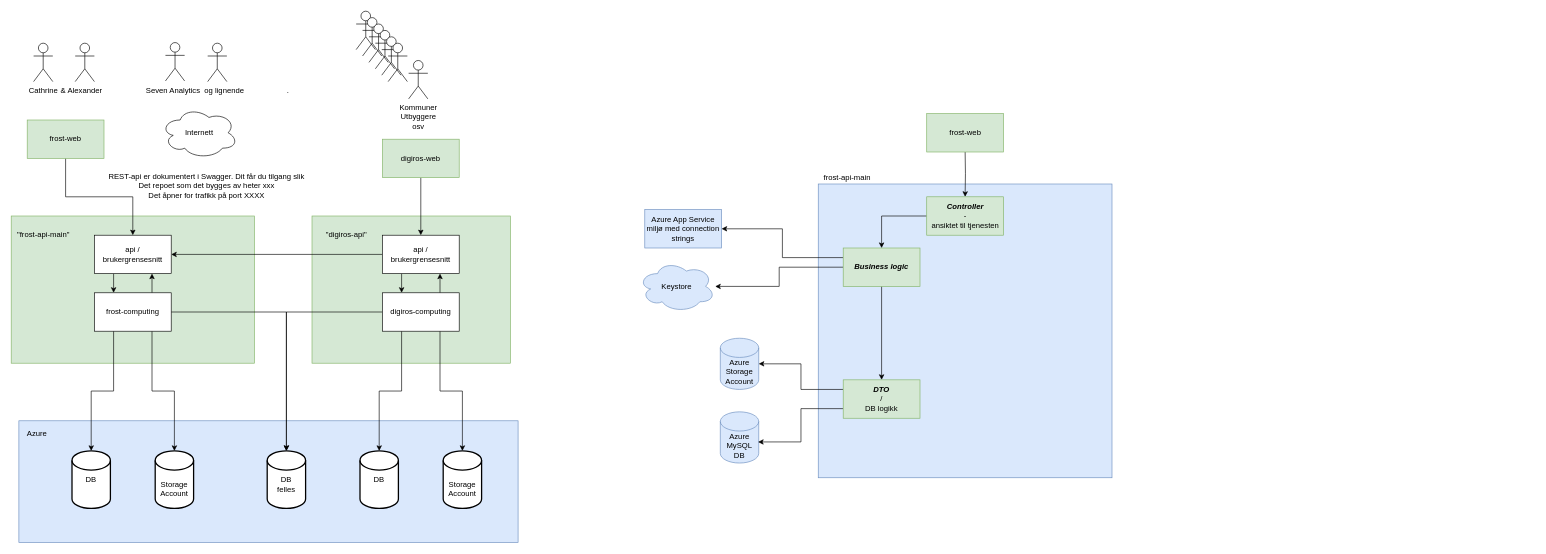
This is Untitled Diagram.drawio from bendik-svalastog/bendik-svalastog, a draw.io file, before an edit. Source tidied: cells renumbered, new cells numbered last; positions are measured from the earlier drawing's top-left corner, leaving out a move shared by most shapes. Both pictures are drawn from the tidied source at 64%, with x=0, y=0 at pixel (11, 11).
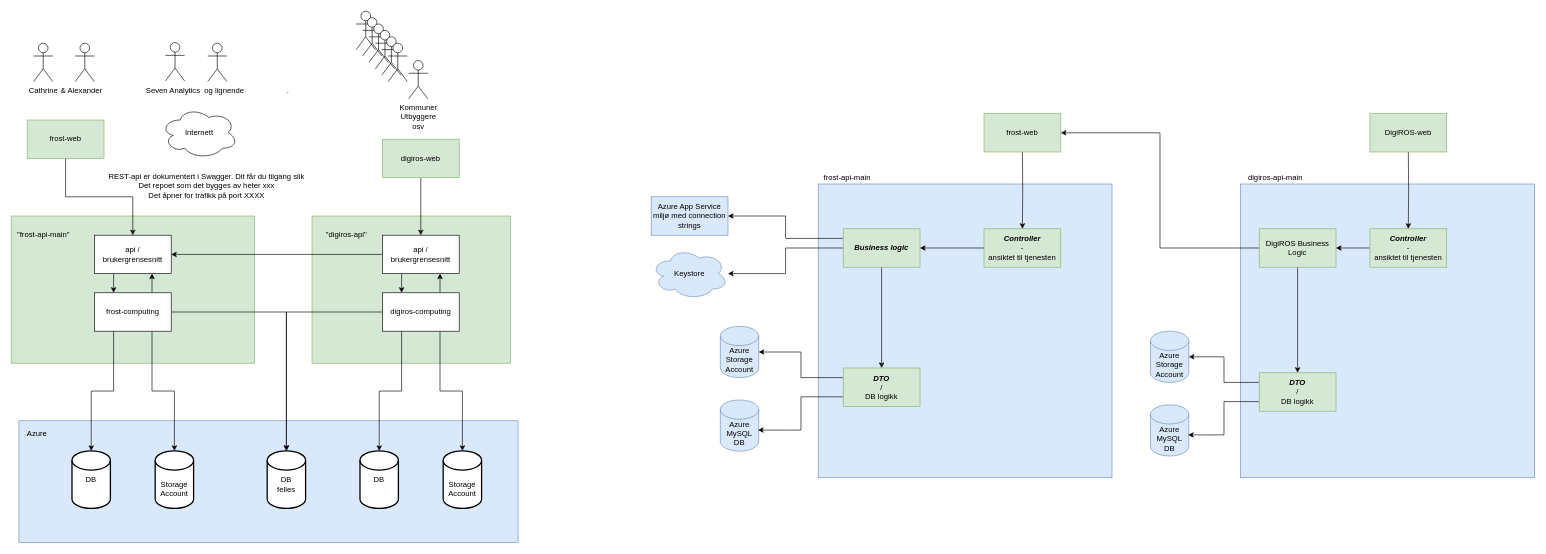
Above is the later version.

The edit, as a diff of the source:
```diff
@@
+    <mxCell id="63" style="whiteSpace=wrap;html=1;fillColor=#dae8fc;strokeColor=#6c8ebf;" parent="1" vertex="1">
+      <mxGeometry x="1921" y="270" width="459" height="459" as="geometry" />
+    </mxCell>
@@
     <mxCell id="48" value="Azure MySQL DB" style="shape=cylinder3;whiteSpace=wrap;html=1;boundedLbl=1;backgroundOutline=1;size=15;fillColor=#dae8fc;strokeColor=#6c8ebf;" parent="1" vertex="1">
-      <mxGeometry x="1108" y="626" width="60" height="80" as="geometry" />
+      <mxGeometry x="1108" y="607.5" width="60" height="80" as="geometry" />
     </mxCell>
     <mxCell id="49" value="Azure Storage Account" style="shape=cylinder3;whiteSpace=wrap;html=1;boundedLbl=1;backgroundOutline=1;size=15;fillColor=#dae8fc;strokeColor=#6c8ebf;" parent="1" vertex="1">
-      <mxGeometry x="1108" y="511" width="60" height="80" as="geometry" />
+      <mxGeometry x="1108" y="492.5" width="60" height="80" as="geometry" />
     </mxCell>
     <mxCell id="50" value="Keystore" style="ellipse;shape=cloud;whiteSpace=wrap;html=1;fillColor=#dae8fc;strokeColor=#6c8ebf;" parent="1" vertex="1">
-      <mxGeometry x="980" y="390" width="120" height="80" as="geometry" />
+      <mxGeometry x="1000" y="370" width="120" height="80" as="geometry" />
     </mxCell>
     <mxCell id="51" value="Azure App Service miljø med connection strings" style="rounded=0;whiteSpace=wrap;html=1;fillColor=#dae8fc;strokeColor=#6c8ebf;" parent="1" vertex="1">
-      <mxGeometry x="990" y="310" width="120" height="60" as="geometry" />
+      <mxGeometry x="1000" y="290" width="120" height="60" as="geometry" />
     </mxCell>
@@
     <mxCell id="54" value="&lt;div&gt;&lt;b&gt;&lt;i&gt;DTO&lt;/i&gt;&lt;/b&gt;&lt;/div&gt;&lt;div&gt;/&lt;/div&gt;&lt;div&gt;DB logikk&lt;br&gt;&lt;/div&gt;" style="rounded=0;whiteSpace=wrap;html=1;fillColor=#d5e8d4;strokeColor=#82b366;" parent="1" vertex="1">
-      <mxGeometry x="1300" y="576" width="120" height="60" as="geometry" />
+      <mxGeometry x="1300" y="557.5" width="120" height="60" as="geometry" />
     </mxCell>
@@
     <mxCell id="58" value="&lt;b&gt;&lt;i&gt;Business logic&lt;/i&gt;&lt;/b&gt;" style="rounded=0;whiteSpace=wrap;html=1;fillColor=#d5e8d4;strokeColor=#82b366;" parent="1" vertex="1">
-      <mxGeometry x="1300" y="370" width="120" height="60" as="geometry" />
+      <mxGeometry x="1300" y="340" width="120" height="60" as="geometry" />
     </mxCell>
@@
     <mxCell id="60" value="&lt;div&gt;&lt;b&gt;&lt;i&gt;Controller&lt;/i&gt;&lt;/b&gt;&lt;/div&gt;&lt;div&gt;-&lt;/div&gt;&lt;div&gt;ansiktet til tjenesten&lt;br&gt;&lt;/div&gt;" style="rounded=0;whiteSpace=wrap;html=1;fillColor=#d5e8d4;strokeColor=#82b366;" parent="1" vertex="1">
-      <mxGeometry x="1430.5" y="290" width="120" height="60" as="geometry" />
+      <mxGeometry x="1520" y="340" width="120" height="60" as="geometry" />
     </mxCell>
     <mxCell id="61" style="edgeStyle=orthogonalEdgeStyle;rounded=0;jettySize=auto;html=1;strokeColor=default;" parent="1" edge="1" target="60">
       <mxGeometry relative="1" as="geometry">
-        <mxPoint x="1490.5" y="217" as="sourcePoint" />
+        <mxPoint x="1580" y="217" as="sourcePoint" />
       </mxGeometry>
     </mxCell>
     <mxCell id="62" value="&lt;div&gt;frost-web&lt;/div&gt;" style="rounded=0;whiteSpace=wrap;html=1;fillColor=#d5e8d4;strokeColor=#82b366;" parent="1" vertex="1">
-      <mxGeometry x="1430.5" y="160" width="120" height="60" as="geometry" />
+      <mxGeometry x="1520" y="160" width="120" height="60" as="geometry" />
     </mxCell>
+    <mxCell id="64" style="edgeStyle=orthogonalEdgeStyle;rounded=0;jettySize=auto;html=1;strokeColor=default;" parent="1" edge="1" source="66" target="75">
+      <mxGeometry relative="1" as="geometry" />
+    </mxCell>
+    <mxCell id="65" style="edgeStyle=orthogonalEdgeStyle;rounded=0;jettySize=auto;html=1;exitX=0;exitY=0.5;exitDx=0;exitDy=0;entryX=1;entryY=0.5;entryDx=0;entryDy=0;strokeColor=default;" parent="1" edge="1" source="66" target="62">
+      <mxGeometry relative="1" as="geometry" />
+    </mxCell>
+    <mxCell id="66" value="DigiROS Business Logic" style="rounded=0;whiteSpace=wrap;html=1;fillColor=#d5e8d4;strokeColor=#82b366;" parent="1" vertex="1">
+      <mxGeometry x="1950" y="340" width="120" height="60" as="geometry" />
+    </mxCell>
+    <mxCell id="67" style="edgeStyle=orthogonalEdgeStyle;rounded=0;jettySize=auto;html=1;strokeColor=default;" parent="1" edge="1" source="68" target="66">
+      <mxGeometry relative="1" as="geometry" />
+    </mxCell>
+    <mxCell id="68" value="&lt;div&gt;&lt;b&gt;&lt;i&gt;Controller&lt;/i&gt;&lt;/b&gt;&lt;/div&gt;&lt;div&gt;-&lt;/div&gt;&lt;div&gt;ansiktet til tjenesten&lt;br&gt;&lt;/div&gt;" style="rounded=0;whiteSpace=wrap;html=1;fillColor=#d5e8d4;strokeColor=#82b366;" parent="1" vertex="1">
+      <mxGeometry x="2123" y="340" width="120" height="60" as="geometry" />
+    </mxCell>
+    <mxCell id="69" style="edgeStyle=orthogonalEdgeStyle;rounded=0;jettySize=auto;html=1;strokeColor=default;" parent="1" edge="1" target="68">
+      <mxGeometry relative="1" as="geometry">
+        <mxPoint x="2183" y="217" as="sourcePoint" />
+      </mxGeometry>
+    </mxCell>
+    <mxCell id="70" value="&lt;div&gt;DigiROS-web&lt;/div&gt;" style="rounded=0;whiteSpace=wrap;html=1;fillColor=#d5e8d4;strokeColor=#82b366;" parent="1" vertex="1">
+      <mxGeometry x="2123" y="160" width="120" height="60" as="geometry" />
+    </mxCell>
+    <mxCell id="71" value="Azure MySQL DB" style="shape=cylinder3;whiteSpace=wrap;html=1;boundedLbl=1;backgroundOutline=1;size=15;fillColor=#dae8fc;strokeColor=#6c8ebf;" parent="1" vertex="1">
+      <mxGeometry x="1780" y="615" width="60" height="80" as="geometry" />
+    </mxCell>
+    <mxCell id="72" value="Azure Storage Account" style="shape=cylinder3;whiteSpace=wrap;html=1;boundedLbl=1;backgroundOutline=1;size=15;fillColor=#dae8fc;strokeColor=#6c8ebf;" parent="1" vertex="1">
+      <mxGeometry x="1780" y="500" width="60" height="80" as="geometry" />
+    </mxCell>
+    <mxCell id="73" style="edgeStyle=orthogonalEdgeStyle;rounded=0;jettySize=auto;html=1;exitX=0;exitY=0.25;exitDx=0;exitDy=0;strokeColor=default;" parent="1" edge="1" source="75" target="72">
+      <mxGeometry relative="1" as="geometry" />
+    </mxCell>
+    <mxCell id="74" style="edgeStyle=orthogonalEdgeStyle;rounded=0;jettySize=auto;html=1;exitX=0;exitY=0.75;exitDx=0;exitDy=0;entryX=0.983;entryY=0.588;entryDx=0;entryDy=0;entryPerimeter=0;strokeColor=default;" parent="1" edge="1" source="75" target="71">
+      <mxGeometry relative="1" as="geometry" />
+    </mxCell>
+    <mxCell id="75" value="&lt;div&gt;&lt;b&gt;&lt;i&gt;DTO&lt;/i&gt;&lt;/b&gt;&lt;/div&gt;&lt;div&gt;/&lt;/div&gt;&lt;div&gt;DB logikk&lt;br&gt;&lt;/div&gt;" style="rounded=0;whiteSpace=wrap;html=1;fillColor=#d5e8d4;strokeColor=#82b366;" parent="1" vertex="1">
+      <mxGeometry x="1950" y="565" width="120" height="60" as="geometry" />
+    </mxCell>
+    <mxCell id="76" value="&lt;div&gt;digiros-api-main&lt;/div&gt;" style="text;html=1;align=center;verticalAlign=middle;strokeColor=none;fillColor=none;" parent="1" vertex="1">
+      <mxGeometry x="1920" y="250" width="110" height="20" as="geometry" />
+    </mxCell>
```
